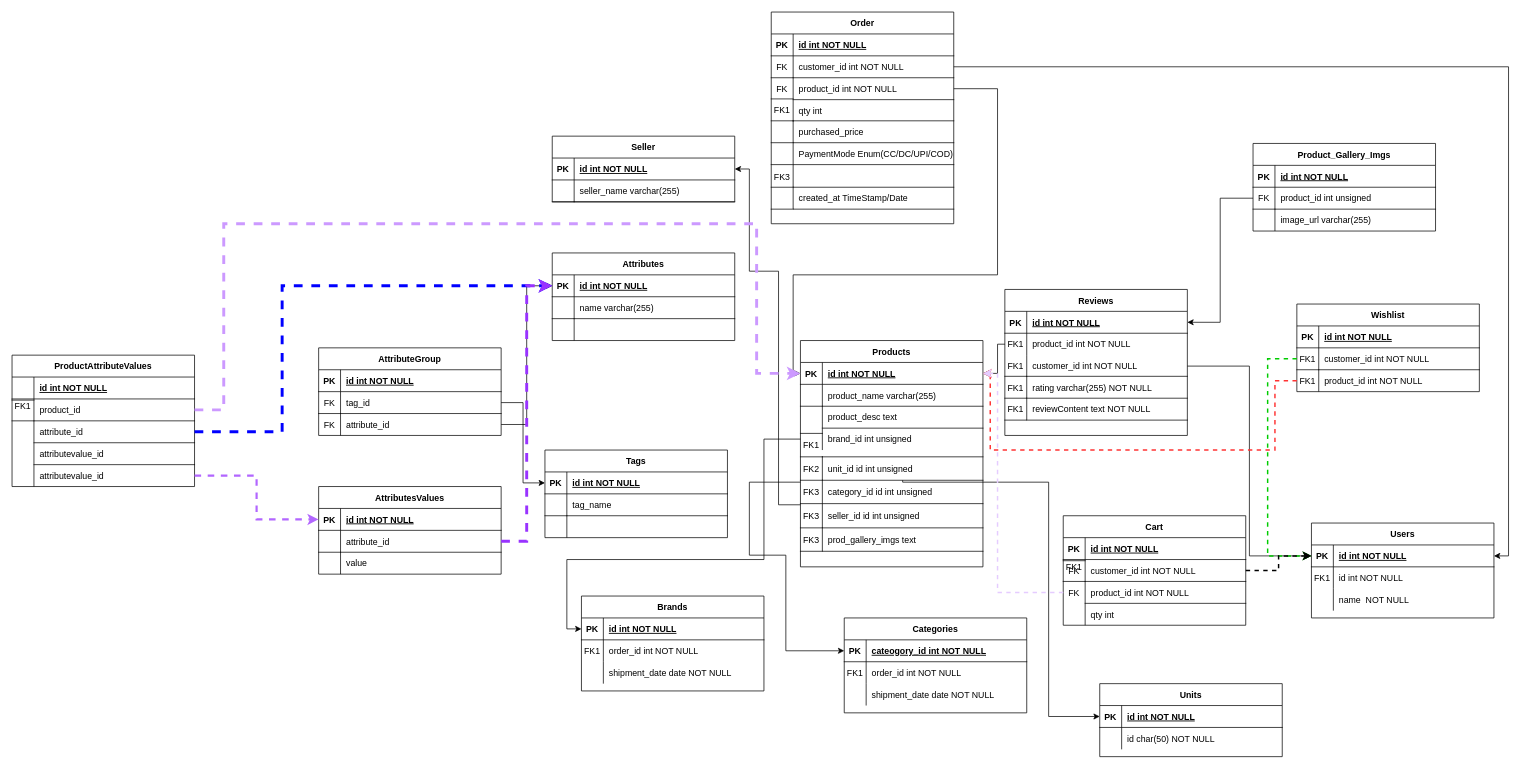
Earlier version of the draw.io diagram database/migrations/Untitled Diagram.drawio (yashmali408/new-laravel-project-). Source tidied: cells renumbered, new cells numbered last; positions are measured from the earlier drawing's top-left corner, leaving out a move shared by most shapes. Both pictures are drawn from the tidied source at 73%, with x=0, y=0 at pixel (12, 12).
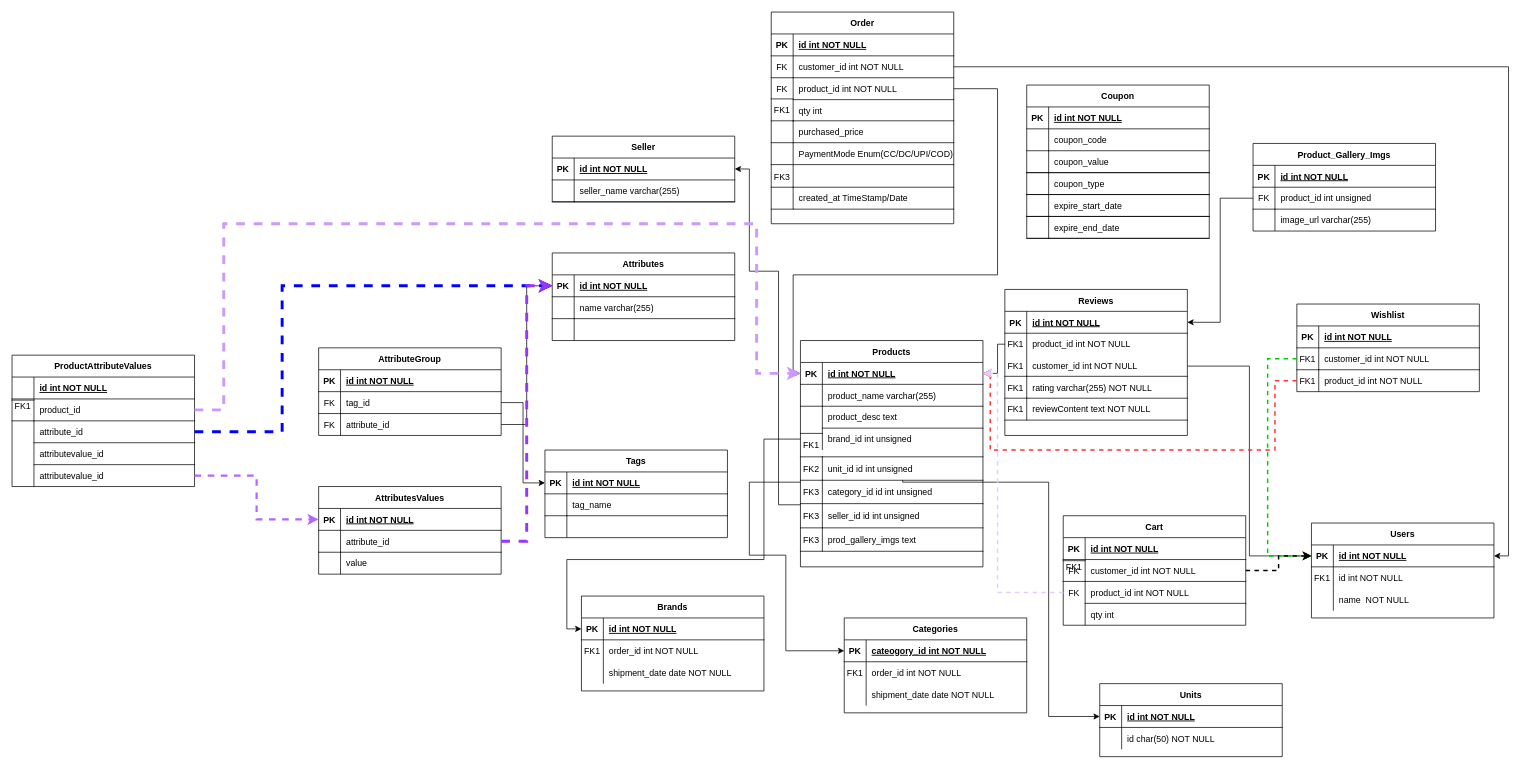
After the change.

Diff of the diagram source:
```diff
@@
+    <mxCell id="250" style="group;" parent="1" vertex="1">
+      <mxGeometry x="1390" y="100" width="250" height="210" as="geometry" />
+    </mxCell>
+    <mxCell id="251" style="group;" parent="250" vertex="1">
+      <mxGeometry width="250" height="210" as="geometry" />
+    </mxCell>
+    <mxCell id="252" style="group;" parent="251" vertex="1">
+      <mxGeometry width="250" height="210" as="geometry" />
+    </mxCell>
+    <mxCell id="253" style="group;" parent="252" vertex="1">
+      <mxGeometry width="250" height="210" as="geometry" />
+    </mxCell>
+    <mxCell id="254" style="group;" parent="253" vertex="1">
+      <mxGeometry width="250" height="210" as="geometry" />
+    </mxCell>
+    <mxCell id="255" style="group;" parent="254" vertex="1">
+      <mxGeometry width="250" height="210" as="geometry" />
+    </mxCell>
+    <mxCell id="256" style="shape=partialRectangle;overflow=hidden;fillColor=none;top=1;left=0;bottom=1;right=0;" parent="255" vertex="1">
+      <mxGeometry y="120" width="30" height="30" as="geometry" />
+    </mxCell>
+    <mxCell id="257" value="coupon_type" style="shape=partialRectangle;overflow=hidden;fillColor=none;top=1;left=1;bottom=1;right=0;align=left;spacingLeft=6;" parent="255" vertex="1">
+      <mxGeometry x="30" y="120" width="220" height="30" as="geometry" />
+    </mxCell>
+    <mxCell id="258" style="shape=partialRectangle;overflow=hidden;fillColor=none;top=1;left=0;bottom=1;right=0;" parent="255" vertex="1">
+      <mxGeometry y="150" width="30" height="30" as="geometry" />
+    </mxCell>
+    <mxCell id="259" value="expire_start_date" style="shape=partialRectangle;overflow=hidden;fillColor=none;top=1;left=1;bottom=1;right=0;align=left;spacingLeft=6;" parent="255" vertex="1">
+      <mxGeometry x="30" y="150" width="220" height="30" as="geometry" />
+    </mxCell>
+    <mxCell id="260" style="group;" parent="255" vertex="1">
+      <mxGeometry width="250" height="210" as="geometry" />
+    </mxCell>
+    <mxCell id="261" value="Coupon" style="shape=table;startSize=30;childLayout=tableLayout;rowLines=0;fontStyle=1;align=center;" parent="260" vertex="1">
+      <mxGeometry width="250" height="210" as="geometry" />
+    </mxCell>
+    <mxCell id="262" style="shape=partialRectangle;fillColor=none;top=0;left=0;right=0;bottom=1;" parent="261" vertex="1">
+      <mxGeometry y="30" width="250" height="30" as="geometry" />
+    </mxCell>
+    <mxCell id="263" value="PK" style="shape=partialRectangle;overflow=hidden;fillColor=none;top=0;left=0;bottom=0;right=0;fontStyle=1;" parent="262" vertex="1">
+      <mxGeometry width="30" height="30" as="geometry" />
+    </mxCell>
+    <mxCell id="264" value="id int NOT NULL " style="shape=partialRectangle;overflow=hidden;fillColor=none;top=0;left=0;bottom=0;right=0;align=left;spacingLeft=6;fontStyle=5;" parent="262" vertex="1">
+      <mxGeometry x="30" width="220" height="30" as="geometry" />
+    </mxCell>
+    <mxCell id="265" style="shape=partialRectangle;fillColor=none;top=0;left=0;right=0;bottom=0;" parent="261" vertex="1">
+      <mxGeometry y="60" width="250" height="30" as="geometry" />
+    </mxCell>
+    <mxCell id="266" style="shape=partialRectangle;overflow=hidden;fillColor=none;top=0;left=0;bottom=0;right=0;" parent="265" vertex="1">
+      <mxGeometry width="30" height="30" as="geometry" />
+    </mxCell>
+    <mxCell id="267" value="coupon_code" style="shape=partialRectangle;overflow=hidden;fillColor=none;top=0;left=0;bottom=0;right=0;align=left;spacingLeft=6;" parent="265" vertex="1">
+      <mxGeometry x="30" width="220" height="30" as="geometry" />
+    </mxCell>
+    <mxCell id="268" style="shape=partialRectangle;fillColor=none;top=0;left=0;right=0;bottom=0;" parent="261" vertex="1">
+      <mxGeometry y="90" width="250" height="30" as="geometry" />
+    </mxCell>
+    <mxCell id="269" style="shape=partialRectangle;overflow=hidden;fillColor=none;top=1;left=0;bottom=1;right=0;" parent="268" vertex="1">
+      <mxGeometry width="30" height="30" as="geometry" />
+    </mxCell>
+    <mxCell id="270" value="coupon_value" style="shape=partialRectangle;overflow=hidden;fillColor=none;top=1;left=0;bottom=1;right=0;align=left;spacingLeft=6;" parent="268" vertex="1">
+      <mxGeometry x="30" width="220" height="30" as="geometry" />
+    </mxCell>
+    <mxCell id="271" style="shape=partialRectangle;overflow=hidden;fillColor=none;top=1;left=0;bottom=1;right=0;" parent="260" vertex="1">
+      <mxGeometry y="180" width="30" height="30" as="geometry" />
+    </mxCell>
+    <mxCell id="272" value="expire_end_date" style="shape=partialRectangle;overflow=hidden;fillColor=none;top=1;left=1;bottom=1;right=0;align=left;spacingLeft=6;" parent="260" vertex="1">
+      <mxGeometry x="30" y="180" width="220" height="30" as="geometry" />
+    </mxCell>
```
